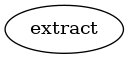
Above: module_3/27_trees/Digraph.gv.png in desireoftheother/python_course_tasks (Graphviz), before the change. Its source is kept beside it as module_3/27_trees/Digraph.gv. The source it was exported from:
```dot
digraph {
	"/home/illia/work/python_course_tasks/live_code_projects/etl_system/test/extract" [label=extract]
}
```
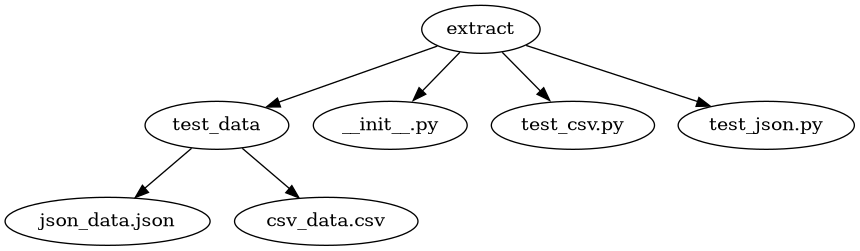
Later version of the same file.

The edit, as a diff of the source:
```diff
@@ -1,3 +1,15 @@
 digraph {
 	"/home/illia/work/python_course_tasks/live_code_projects/etl_system/test/extract" [label=extract]
+	"/home/illia/work/python_course_tasks/live_code_projects/etl_system/test/extract/test_data" [label=test_data]
+	"/home/illia/work/python_course_tasks/live_code_projects/etl_system/test/extract/__init__.py" [label="__init__.py"]
+	"/home/illia/work/python_course_tasks/live_code_projects/etl_system/test/extract/test_csv.py" [label="test_csv.py"]
+	"/home/illia/work/python_course_tasks/live_code_projects/etl_system/test/extract/test_json.py" [label="test_json.py"]
+	"/home/illia/work/python_course_tasks/live_code_projects/etl_system/test/extract/test_data/json_data.json" [label="json_data.json"]
+	"/home/illia/work/python_course_tasks/live_code_projects/etl_system/test/extract/test_data/csv_data.csv" [label="csv_data.csv"]
+	"/home/illia/work/python_course_tasks/live_code_projects/etl_system/test/extract" -> "/home/illia/work/python_course_tasks/live_code_projects/etl_system/test/extract/test_data"
+	"/home/illia/work/python_course_tasks/live_code_projects/etl_system/test/extract" -> "/home/illia/work/python_course_tasks/live_code_projects/etl_system/test/extract/__init__.py"
+	"/home/illia/work/python_course_tasks/live_code_projects/etl_system/test/extract" -> "/home/illia/work/python_course_tasks/live_code_projects/etl_system/test/extract/test_csv.py"
+	"/home/illia/work/python_course_tasks/live_code_projects/etl_system/test/extract" -> "/home/illia/work/python_course_tasks/live_code_projects/etl_system/test/extract/test_json.py"
+	"/home/illia/work/python_course_tasks/live_code_projects/etl_system/test/extract/test_data" -> "/home/illia/work/python_course_tasks/live_code_projects/etl_system/test/extract/test_data/json_data.json"
+	"/home/illia/work/python_course_tasks/live_code_projects/etl_system/test/extract/test_data" -> "/home/illia/work/python_course_tasks/live_code_projects/etl_system/test/extract/test_data/csv_data.csv"
 }
```
